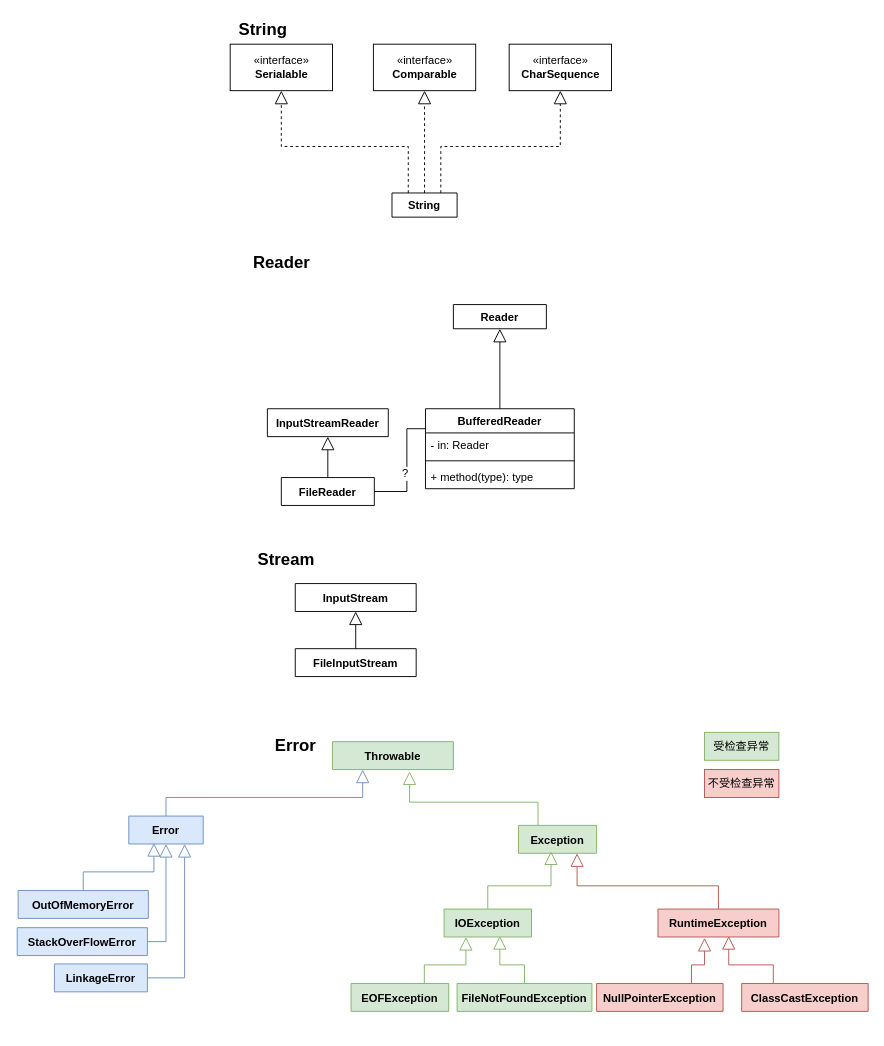
This is page "Java" (8 of 9) of SDN.drawio from waterwatermelon/graph, a draw.io file, before an edit. Source tidied: cells renumbered, new cells numbered last; positions are measured from the earlier drawing's top-left corner, leaving out a move shared by most shapes. Both pictures are drawn from the tidied source at 93%, with x=0, y=0 at pixel (17, 16).
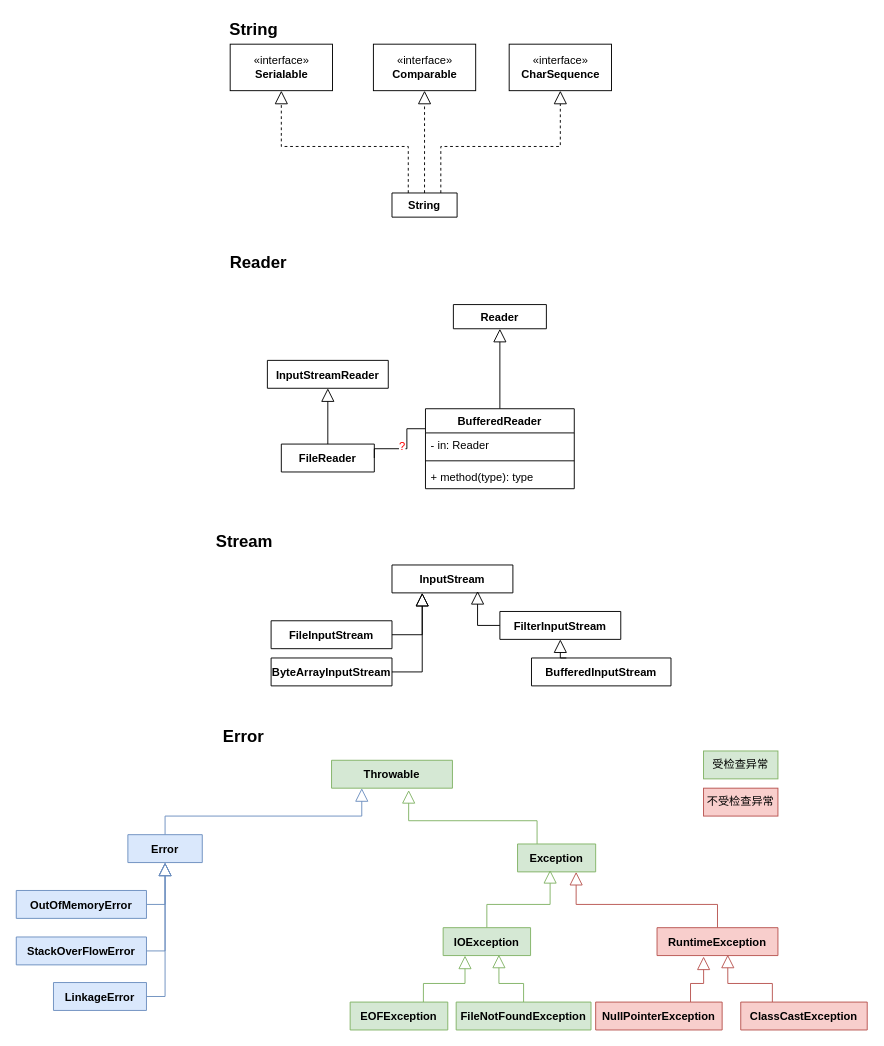
The same page after the edit.

Unchanged cells that the change refers to:
```xml
<mxCell id="17" value="BufferedReader" style="swimlane;fontStyle=1;align=center;verticalAlign=top;horizontal=1;startSize=26;fontSize=12;" parent="1" vertex="1">
  <mxGeometry x="439" y="422" width="160" height="86" as="geometry" />
</mxCell>
```

Change to the diagram source:
```diff
@@
     <mxCell id="9" value="&lt;span style=&quot;font-weight: 700; font-size: 18px;&quot;&gt;String&lt;/span&gt;" style="text;html=1;align=center;verticalAlign=middle;fontSize=18;" parent="1" vertex="1">
-      <mxGeometry x="229" width="70" height="30" as="geometry" />
+      <mxGeometry x="219" width="70" height="30" as="geometry" />
     </mxCell>
     <mxCell id="10" value="&lt;span style=&quot;font-weight: 700 ; font-size: 18px&quot;&gt;Reader&lt;/span&gt;" style="text;html=1;align=center;verticalAlign=middle;fontSize=18;" parent="1" vertex="1">
-      <mxGeometry x="244" y="250" width="80" height="30" as="geometry" />
+      <mxGeometry x="219" y="250" width="80" height="30" as="geometry" />
     </mxCell>
@@
-    <mxCell id="13" style="edgeStyle=orthogonalEdgeStyle;rounded=0;jettySize=auto;html=1;exitX=1;exitY=0.5;exitDx=0;exitDy=0;entryX=0;entryY=0.25;entryDx=0;entryDy=0;endArrow=none;endFill=0;endSize=12;fontSize=12;" parent="1" edge="1" source="15" target="17">
+    <mxCell id="13" style="edgeStyle=orthogonalEdgeStyle;rounded=0;jettySize=auto;html=1;exitX=1;exitY=0.5;exitDx=0;exitDy=0;entryX=0;entryY=0.25;entryDx=0;entryDy=0;endArrow=none;endFill=0;endSize=12;fontSize=14;fontColor=#FF0000;" parent="1" edge="1" source="15" target="17">
       <mxGeometry relative="1" as="geometry">
         <Array as="points">
-          <mxPoint x="419" y="511" />
+          <mxPoint x="384" y="465" />
+          <mxPoint x="419" y="465" />
           <mxPoint x="419" y="444" />
         </Array>
       </mxGeometry>
     </mxCell>
-    <mxCell id="14" value="?" style="edgeLabel;html=1;align=center;verticalAlign=middle;fontSize=12;" parent="13" vertex="1">
+    <mxCell id="14" value="?" style="edgeLabel;html=1;align=center;verticalAlign=middle;fontSize=12;fontColor=#FF0000;" parent="13" vertex="1">
       <mxGeometry x="-0.1" y="3" relative="1" as="geometry" />
     </mxCell>
     <mxCell id="15" value="FileReader" style="swimlane;fontStyle=1;horizontal=1;startSize=30;fillColor=none;" parent="1" vertex="1" collapsed="1">
-      <mxGeometry x="284" y="496" width="100" height="30" as="geometry" />
+      <mxGeometry x="284" y="460" width="100" height="30" as="geometry" />
     </mxCell>
@@
     <mxCell id="21" value="InputStreamReader" style="swimlane;fontStyle=1;horizontal=1;startSize=30;fillColor=none;" parent="1" vertex="1" collapsed="1">
-      <mxGeometry x="269" y="422" width="130" height="30" as="geometry" />
+      <mxGeometry x="269" y="370" width="130" height="30" as="geometry" />
     </mxCell>
     <mxCell id="22" value="&lt;span style=&quot;font-weight: 700 ; font-size: 18px&quot;&gt;Stream&lt;/span&gt;" style="text;html=1;align=center;verticalAlign=middle;fontSize=18;" parent="1" vertex="1">
-      <mxGeometry x="249" y="570" width="80" height="30" as="geometry" />
+      <mxGeometry x="204" y="550" width="80" height="30" as="geometry" />
     </mxCell>
     <mxCell id="23" value="InputStream" style="swimlane;fontStyle=1;horizontal=1;startSize=30;fillColor=none;" parent="1" vertex="1" collapsed="1">
-      <mxGeometry x="299" y="610" width="130" height="30" as="geometry" />
+      <mxGeometry x="403" y="590" width="130" height="30" as="geometry" />
     </mxCell>
-    <mxCell id="24" style="edgeStyle=orthogonalEdgeStyle;rounded=0;jettySize=auto;html=1;exitX=0.5;exitY=0;exitDx=0;exitDy=0;entryX=0.5;entryY=1;entryDx=0;entryDy=0;endArrow=block;endFill=0;endSize=12;fontSize=12;" parent="1" edge="1" source="25" target="23">
+    <mxCell id="24" style="edgeStyle=orthogonalEdgeStyle;rounded=0;jettySize=auto;html=1;exitX=1;exitY=0.5;exitDx=0;exitDy=0;entryX=0.25;entryY=1;entryDx=0;entryDy=0;endArrow=block;endFill=0;endSize=12;fontSize=12;" parent="1" edge="1" source="25" target="23">
       <mxGeometry relative="1" as="geometry" />
     </mxCell>
     <mxCell id="25" value="FileInputStream" style="swimlane;fontStyle=1;horizontal=1;startSize=30;fillColor=none;" parent="1" vertex="1" collapsed="1">
-      <mxGeometry x="299" y="680" width="130" height="30" as="geometry" />
+      <mxGeometry x="273" y="650" width="130" height="30" as="geometry" />
     </mxCell>
     <mxCell id="26" value="&lt;span style=&quot;font-weight: 700 ; font-size: 18px&quot;&gt;Error&lt;/span&gt;" style="text;html=1;align=center;verticalAlign=middle;fontSize=18;" parent="1" vertex="1">
-      <mxGeometry x="269" y="770" width="60" height="30" as="geometry" />
+      <mxGeometry x="213" y="760" width="60" height="30" as="geometry" />
     </mxCell>
     <mxCell id="27" value="Throwable" style="swimlane;fontStyle=1;horizontal=1;startSize=30;fillColor=#d5e8d4;strokeColor=#82b366;" parent="1" vertex="1" collapsed="1">
-      <mxGeometry x="339" y="780" width="130" height="30" as="geometry" />
+      <mxGeometry x="338" y="800" width="130" height="30" as="geometry" />
     </mxCell>
@@
     <mxCell id="29" value="Error" style="swimlane;fontStyle=1;horizontal=1;startSize=30;fillColor=#dae8fc;strokeColor=#6c8ebf;" parent="1" vertex="1" collapsed="1">
-      <mxGeometry x="120" y="860" width="80" height="30" as="geometry" />
+      <mxGeometry x="119" y="880" width="80" height="30" as="geometry" />
     </mxCell>
@@
     <mxCell id="31" value="Exception" style="swimlane;fontStyle=1;horizontal=1;startSize=30;fillColor=#d5e8d4;strokeColor=#82b366;" parent="1" vertex="1" collapsed="1">
-      <mxGeometry x="539" y="870" width="84" height="30" as="geometry" />
+      <mxGeometry x="538" y="890" width="84" height="30" as="geometry" />
     </mxCell>
-    <mxCell id="32" style="edgeStyle=orthogonalEdgeStyle;rounded=0;jettySize=auto;html=1;exitX=0.5;exitY=0;exitDx=0;exitDy=0;entryX=0.338;entryY=0.967;entryDx=0;entryDy=0;entryPerimeter=0;endArrow=block;endFill=0;endSize=12;fontSize=12;fillColor=#dae8fc;strokeColor=#6c8ebf;" parent="1" edge="1" source="33" target="29">
-      <mxGeometry relative="1" as="geometry" />
+    <mxCell id="32" style="edgeStyle=orthogonalEdgeStyle;rounded=0;jettySize=auto;html=1;exitX=1;exitY=0.5;exitDx=0;exitDy=0;endArrow=block;endFill=0;endSize=12;fontSize=12;fillColor=#dae8fc;strokeColor=#6c8ebf;" parent="1" edge="1" source="33">
+      <mxGeometry relative="1" as="geometry">
+        <mxPoint x="159" y="910" as="targetPoint" />
+      </mxGeometry>
     </mxCell>
     <mxCell id="33" value="OutOfMemoryError" style="swimlane;fontStyle=1;horizontal=1;startSize=30;fillColor=#dae8fc;strokeColor=#6c8ebf;" parent="1" vertex="1" collapsed="1">
-      <mxGeometry x="1" y="940" width="140" height="30" as="geometry" />
+      <mxGeometry x="-1" y="940" width="140" height="30" as="geometry" />
     </mxCell>
@@
     <mxCell id="35" value="StackOverFlowError" style="swimlane;fontStyle=1;horizontal=1;startSize=30;fillColor=#dae8fc;strokeColor=#6c8ebf;" parent="1" vertex="1" collapsed="1">
-      <mxGeometry y="980" width="140" height="30" as="geometry" />
+      <mxGeometry x="-1" y="990" width="140" height="30" as="geometry" />
     </mxCell>
-    <mxCell id="36" style="edgeStyle=orthogonalEdgeStyle;rounded=0;jettySize=auto;html=1;exitX=1;exitY=0.5;exitDx=0;exitDy=0;entryX=0.75;entryY=1;entryDx=0;entryDy=0;endArrow=block;endFill=0;endSize=12;fontSize=12;fillColor=#dae8fc;strokeColor=#6c8ebf;" parent="1" edge="1" source="37" target="29">
+    <mxCell id="36" style="edgeStyle=orthogonalEdgeStyle;rounded=0;jettySize=auto;html=1;exitX=1;exitY=0.5;exitDx=0;exitDy=0;entryX=0.5;entryY=1;entryDx=0;entryDy=0;endArrow=block;endFill=0;endSize=12;fontSize=12;fillColor=#dae8fc;strokeColor=#6c8ebf;" parent="1" edge="1" source="37" target="29">
       <mxGeometry relative="1" as="geometry" />
     </mxCell>
     <mxCell id="37" value="LinkageError" style="swimlane;fontStyle=1;horizontal=1;startSize=30;fillColor=#dae8fc;strokeColor=#6c8ebf;" parent="1" vertex="1" collapsed="1">
-      <mxGeometry x="40" y="1019" width="100" height="30" as="geometry" />
+      <mxGeometry x="39" y="1039" width="100" height="30" as="geometry" />
     </mxCell>
@@
     <mxCell id="39" value="IOException" style="swimlane;fontStyle=1;horizontal=1;startSize=30;fillColor=#d5e8d4;strokeColor=#82b366;" parent="1" vertex="1" collapsed="1">
-      <mxGeometry x="459" y="960" width="94" height="30" as="geometry" />
+      <mxGeometry x="458" y="980" width="94" height="30" as="geometry" />
     </mxCell>
@@
     <mxCell id="41" value="EOFException" style="swimlane;fontStyle=1;horizontal=1;startSize=30;fillColor=#d5e8d4;strokeColor=#82b366;" parent="1" vertex="1" collapsed="1">
-      <mxGeometry x="359" y="1040" width="105" height="30" as="geometry" />
+      <mxGeometry x="358" y="1060" width="105" height="30" as="geometry" />
     </mxCell>
@@
     <mxCell id="43" value="FileNotFoundException" style="swimlane;fontStyle=1;horizontal=1;startSize=30;fillColor=#d5e8d4;strokeColor=#82b366;" parent="1" vertex="1" collapsed="1">
-      <mxGeometry x="473" y="1040" width="145" height="30" as="geometry" />
+      <mxGeometry x="472" y="1060" width="145" height="30" as="geometry" />
     </mxCell>
@@
     <mxCell id="45" value="RuntimeException" style="swimlane;fontStyle=1;horizontal=1;startSize=30;fillColor=#f8cecc;strokeColor=#b85450;" parent="1" vertex="1" collapsed="1">
-      <mxGeometry x="689" y="960" width="130" height="30" as="geometry" />
+      <mxGeometry x="688" y="980" width="130" height="30" as="geometry" />
     </mxCell>
@@
     <mxCell id="47" value="NullPointerException" style="swimlane;fontStyle=1;horizontal=1;startSize=30;fillColor=#f8cecc;strokeColor=#b85450;" parent="1" vertex="1" collapsed="1">
-      <mxGeometry x="623" y="1040" width="136" height="30" as="geometry" />
+      <mxGeometry x="622" y="1060" width="136" height="30" as="geometry" />
     </mxCell>
@@
     <mxCell id="49" value="ClassCastException" style="swimlane;fontStyle=1;horizontal=1;startSize=30;fillColor=#f8cecc;strokeColor=#b85450;" parent="1" vertex="1" collapsed="1">
-      <mxGeometry x="779" y="1040" width="136" height="30" as="geometry" />
+      <mxGeometry x="778" y="1060" width="136" height="30" as="geometry" />
     </mxCell>
     <mxCell id="50" value="受检查异常" style="rounded=0;whiteSpace=wrap;html=1;fontSize=12;fillColor=#d5e8d4;strokeColor=#82b366;" parent="1" vertex="1">
-      <mxGeometry x="739" y="770" width="80" height="30" as="geometry" />
+      <mxGeometry x="738" y="790" width="80" height="30" as="geometry" />
     </mxCell>
     <mxCell id="51" value="不受检查异常" style="rounded=0;whiteSpace=wrap;html=1;fontSize=12;fillColor=#f8cecc;strokeColor=#b85450;" parent="1" vertex="1">
-      <mxGeometry x="739" y="810" width="80" height="30" as="geometry" />
+      <mxGeometry x="738" y="830" width="80" height="30" as="geometry" />
     </mxCell>
+    <mxCell id="52" style="edgeStyle=orthogonalEdgeStyle;rounded=0;jettySize=auto;html=1;exitX=1;exitY=0.5;exitDx=0;exitDy=0;entryX=0.25;entryY=1;entryDx=0;entryDy=0;fontSize=14;fontColor=#FF0000;endArrow=block;endFill=0;endSize=12;" parent="1" edge="1" source="53" target="23">
+      <mxGeometry relative="1" as="geometry" />
+    </mxCell>
+    <mxCell id="53" value="ByteArrayInputStream" style="swimlane;fontStyle=1;horizontal=1;startSize=30;fillColor=none;" parent="1" vertex="1" collapsed="1">
+      <mxGeometry x="273" y="690" width="130" height="30" as="geometry" />
+    </mxCell>
+    <mxCell id="54" style="edgeStyle=orthogonalEdgeStyle;rounded=0;jettySize=auto;html=1;exitX=0;exitY=0.5;exitDx=0;exitDy=0;entryX=0.708;entryY=0.933;entryDx=0;entryDy=0;entryPerimeter=0;endArrow=block;endFill=0;endSize=12;fontSize=14;fontColor=#FF0000;" parent="1" edge="1" source="55" target="23">
+      <mxGeometry relative="1" as="geometry" />
+    </mxCell>
+    <mxCell id="55" value="FilterInputStream" style="swimlane;fontStyle=1;horizontal=1;startSize=30;fillColor=none;" parent="1" vertex="1" collapsed="1">
+      <mxGeometry x="519" y="640" width="130" height="30" as="geometry" />
+    </mxCell>
+    <mxCell id="56" style="edgeStyle=orthogonalEdgeStyle;rounded=0;jettySize=auto;html=1;exitX=0.25;exitY=0;exitDx=0;exitDy=0;entryX=0.5;entryY=1;entryDx=0;entryDy=0;endArrow=block;endFill=0;endSize=12;fontSize=14;fontColor=#FF0000;" parent="1" edge="1" source="57" target="55">
+      <mxGeometry relative="1" as="geometry" />
+    </mxCell>
+    <mxCell id="57" value="BufferedInputStream" style="swimlane;fontStyle=1;horizontal=1;startSize=30;fillColor=none;" parent="1" vertex="1" collapsed="1">
+      <mxGeometry x="553" y="690" width="150" height="30" as="geometry" />
+    </mxCell>
```
